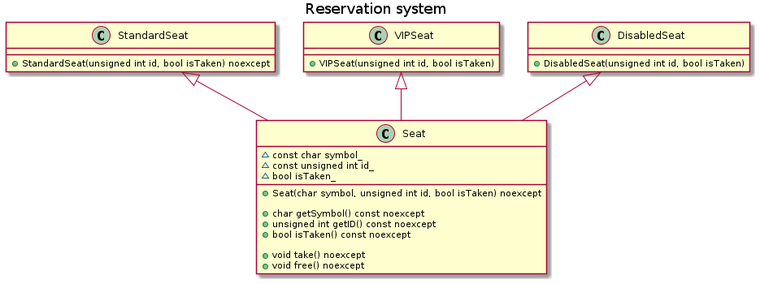
Above: out/reservation-system/Reservation system.png in anraf1001/reservation-system (PlantUML), before the change.
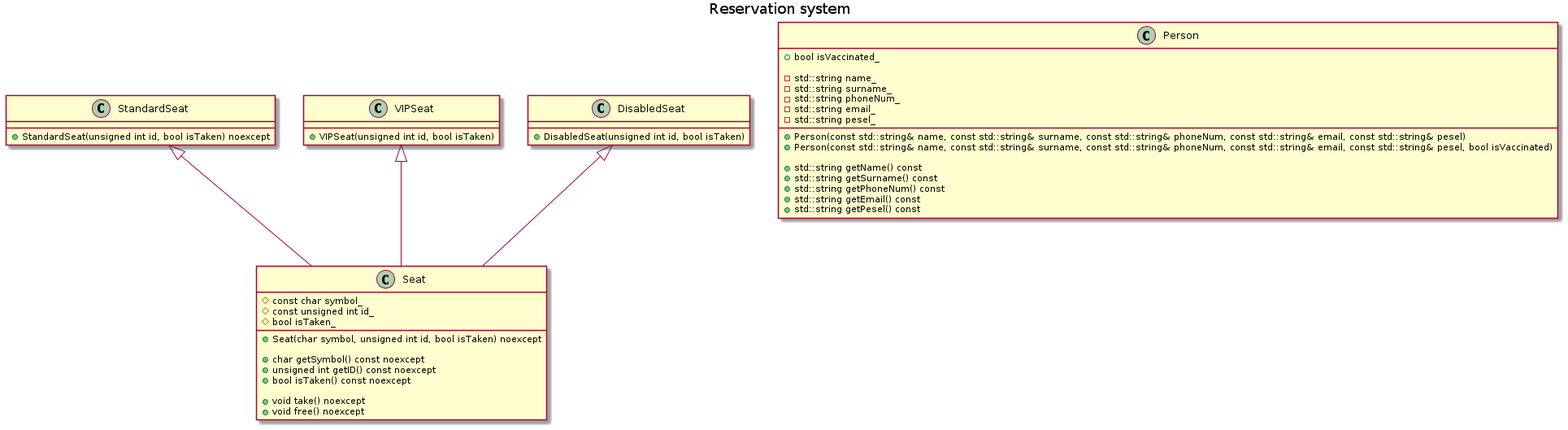
After the change.

What changed in the source:
```diff
@@ -14,11 +14,10 @@
     +void take() noexcept
     +void free() noexcept
 
-    ~const char symbol_
-    ~const unsigned int id_
-    ~bool isTaken_
+    #const char symbol_
+    #const unsigned int id_
+    #bool isTaken_
 }
-
 
 class StandardSeat {
     +StandardSeat(unsigned int id, bool isTaken) noexcept
@@ -32,6 +31,25 @@
     +DisabledSeat(unsigned int id, bool isTaken)
 }
 
+class Person {
+    +Person(const std::string& name, const std::string& surname, const std::string& phoneNum, const std::string& email, const std::string& pesel)
+    +Person(const std::string& name, const std::string& surname, const std::string& phoneNum, const std::string& email, const std::string& pesel, bool isVaccinated)
+
+    +std::string getName() const
+    +std::string getSurname() const
+    +std::string getPhoneNum() const
+    +std::string getEmail() const
+    +std::string getPesel() const
+
+    +bool isVaccinated_
+
+    -std::string name_
+    -std::string surname_
+    -std::string phoneNum_
+    -std::string email_
+    -std::string pesel_
+}
+
 StandardSeat <|-- Seat
 VIPSeat <|-- Seat
 DisabledSeat <|-- Seat
```
